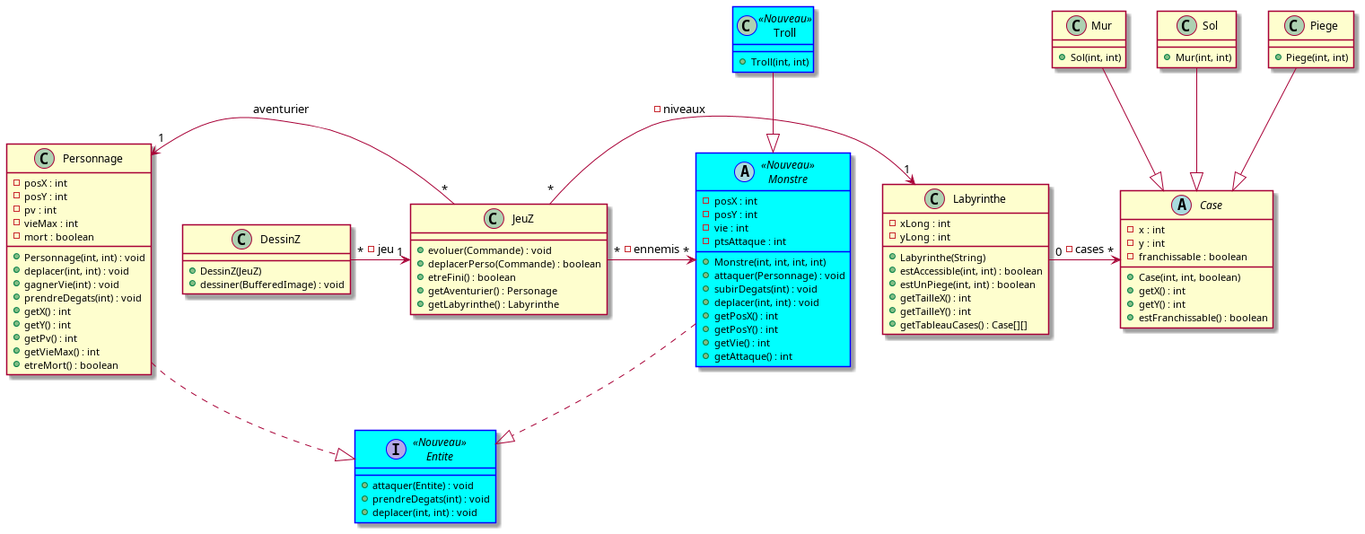
Above: documents/version_4/umlClasses.png in Alex-Michelet/2021_COO_Zeldiablo_Cordurie_Sacquard_Michelet_Kone_Becker (PlantUML), before the change.
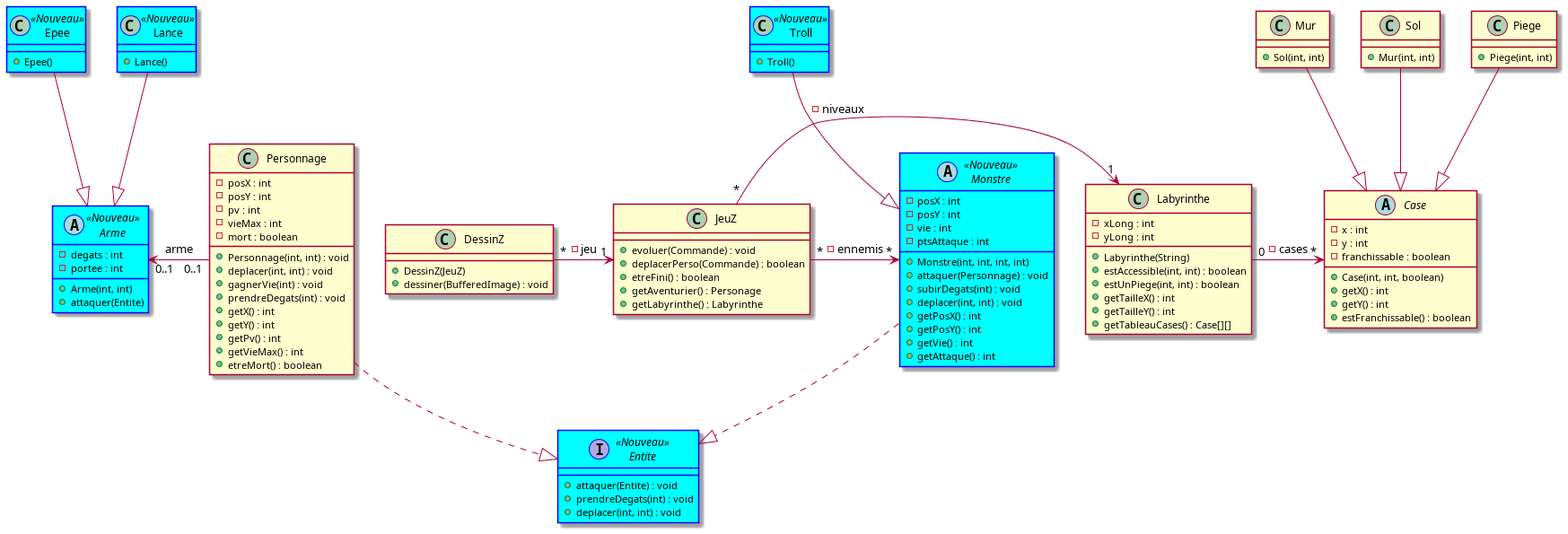
Above is the later version.

Commit message:
Modif diagramme sequence attaque + ajout des classes d arme

Diff of the diagram source:
```diff
@@ -86,13 +86,28 @@
 }
 
 class Troll <<Nouveau>>{
-+ Troll(int, int)
++ Troll()
 }
 
 interface Entite <<Nouveau>>{
 + attaquer(Entite) : void
 + prendreDegats(int) : void
 + deplacer(int, int) : void
+}
+
+abstract class Arme <<Nouveau>>{
+- degats : int
+- portee : int
++ Arme(int, int)
++ attaquer(Entite)
+}
+
+class Epee <<Nouveau>>{
++ Epee()
+}
+
+class Lance<<Nouveau>>{
++ Lance()
 }
 
 Labyrinthe "0" -> "*" Case : -cases
@@ -103,6 +118,9 @@
 
 Troll --|> Monstre
 
+Epee --|> Arme
+Lance --|> Arme
+
 Personnage ..|> Entite
 Monstre ..|> Entite
 
@@ -112,4 +130,6 @@
 JeuZ "*" -> "1" Labyrinthe : -niveaux
 JeuZ "*" -> "*" Monstre : -ennemis
 
+Personnage "0..1" -left> "0..1" Arme : arme
+
 @enduml
```
